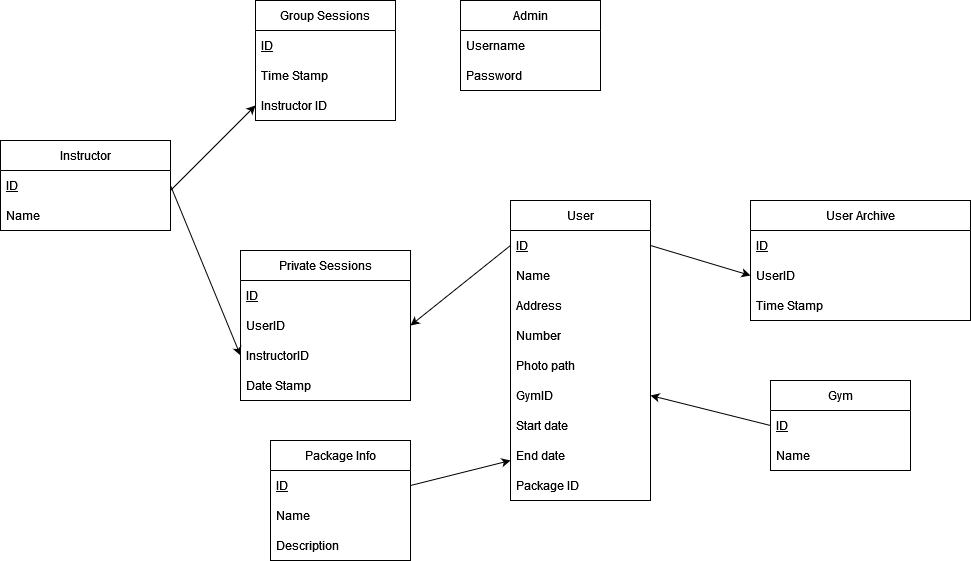
Before: Baza/baza.png, a diagram exported from draw.io (kimleta/PHP-Gym-Software). Source tidied: cells renumbered, new cells last; positions are measured from the earlier drawing's top-left corner, leaving out a move shared by most shapes. Source of this version:
```xml
<mxGraphModel>
  <root>
    <mxCell id="0" />
    <mxCell id="1" parent="0" />
    <mxCell id="2" value="User" style="swimlane;fontStyle=0;horizontal=1;startSize=30;" parent="1" vertex="1">
      <mxGeometry x="510" y="200" width="140" height="300" as="geometry" />
    </mxCell>
    <mxCell id="3" value="ID" style="text;strokeColor=none;fillColor=none;align=left;verticalAlign=middle;spacingLeft=4;spacingRight=4;overflow=hidden;points=[[0,0.5],[1,0.5]];portConstraint=eastwest;fontStyle=4;" parent="2" vertex="1">
      <mxGeometry y="30" width="140" height="30" as="geometry" />
    </mxCell>
    <mxCell id="4" value="Name" style="text;strokeColor=none;fillColor=none;align=left;verticalAlign=middle;spacingLeft=4;spacingRight=4;overflow=hidden;" parent="2" vertex="1">
      <mxGeometry y="60" width="140" height="30" as="geometry" />
    </mxCell>
    <mxCell id="5" value="Address" style="text;strokeColor=none;fillColor=none;align=left;verticalAlign=middle;spacingLeft=4;spacingRight=4;overflow=hidden;" parent="2" vertex="1">
      <mxGeometry y="90" width="140" height="30" as="geometry" />
    </mxCell>
    <mxCell id="6" value="Number" style="text;strokeColor=none;fillColor=none;align=left;verticalAlign=middle;spacingLeft=4;spacingRight=4;overflow=hidden;" parent="2" vertex="1">
      <mxGeometry y="120" width="140" height="30" as="geometry" />
    </mxCell>
    <mxCell id="7" value="Photo path" style="text;strokeColor=none;fillColor=none;align=left;verticalAlign=middle;spacingLeft=4;spacingRight=4;overflow=hidden;" parent="2" vertex="1">
      <mxGeometry y="150" width="140" height="30" as="geometry" />
    </mxCell>
    <mxCell id="8" value="GymID" style="text;strokeColor=none;fillColor=none;align=left;verticalAlign=middle;spacingLeft=4;spacingRight=4;overflow=hidden;points=[[0,0.5],[1,0.5]];portConstraint=eastwest;" parent="2" vertex="1">
      <mxGeometry y="180" width="140" height="30" as="geometry" />
    </mxCell>
    <mxCell id="9" value="Start date" style="text;strokeColor=none;fillColor=none;align=left;verticalAlign=middle;spacingLeft=4;spacingRight=4;overflow=hidden;" parent="2" vertex="1">
      <mxGeometry y="210" width="140" height="30" as="geometry" />
    </mxCell>
    <mxCell id="10" value="End date" style="text;strokeColor=none;fillColor=none;align=left;verticalAlign=middle;spacingLeft=4;spacingRight=4;overflow=hidden;" parent="2" vertex="1">
      <mxGeometry y="240" width="140" height="30" as="geometry" />
    </mxCell>
    <mxCell id="11" value="Package ID" style="text;strokeColor=none;fillColor=none;align=left;verticalAlign=middle;spacingLeft=4;spacingRight=4;overflow=hidden;" parent="2" vertex="1">
      <mxGeometry y="270" width="140" height="30" as="geometry" />
    </mxCell>
    <mxCell id="12" value="Gym" style="swimlane;fontStyle=0;horizontal=1;startSize=30;" parent="1" vertex="1">
      <mxGeometry x="770" y="380" width="140" height="90" as="geometry" />
    </mxCell>
    <mxCell id="13" value="ID" style="text;strokeColor=none;fillColor=none;align=left;verticalAlign=middle;spacingLeft=4;spacingRight=4;overflow=hidden;points=[[0,0.5],[1,0.5]];portConstraint=eastwest;fontStyle=4;" parent="12" vertex="1">
      <mxGeometry y="30" width="140" height="30" as="geometry" />
    </mxCell>
    <mxCell id="14" value="Name" style="text;strokeColor=none;fillColor=none;align=left;verticalAlign=middle;spacingLeft=4;spacingRight=4;overflow=hidden;" parent="12" vertex="1">
      <mxGeometry y="60" width="140" height="30" as="geometry" />
    </mxCell>
    <mxCell id="15" value="User Archive" style="swimlane;fontStyle=0;horizontal=1;startSize=30;" parent="1" vertex="1">
      <mxGeometry x="750" y="200" width="220" height="120" as="geometry" />
    </mxCell>
    <mxCell id="16" value="ID" style="text;strokeColor=none;fillColor=none;align=left;verticalAlign=middle;spacingLeft=4;spacingRight=4;overflow=hidden;fontStyle=4;" parent="15" vertex="1">
      <mxGeometry y="30" width="220" height="30" as="geometry" />
    </mxCell>
    <mxCell id="17" value="UserID" style="text;strokeColor=none;fillColor=none;align=left;verticalAlign=middle;spacingLeft=4;spacingRight=4;overflow=hidden;points=[[0,0.5],[1,0.5]];portConstraint=eastwest;" parent="15" vertex="1">
      <mxGeometry y="60" width="220" height="30" as="geometry" />
    </mxCell>
    <mxCell id="18" value="Time Stamp" style="text;strokeColor=none;fillColor=none;align=left;verticalAlign=middle;spacingLeft=4;spacingRight=4;overflow=hidden;" parent="15" vertex="1">
      <mxGeometry y="90" width="220" height="30" as="geometry" />
    </mxCell>
    <mxCell id="19" style="endArrow=classic;html=1;rounded=0;exitX=1;exitY=0.5;exitDx=0;exitDy=0;entryX=0;entryY=0.5;entryDx=0;entryDy=0;" parent="1" edge="1" source="3" target="17">
      <mxGeometry relative="1" as="geometry" />
    </mxCell>
    <mxCell id="20" style="endArrow=classic;html=1;rounded=0;exitX=0;exitY=0.5;exitDx=0;exitDy=0;entryX=1;entryY=0.5;entryDx=0;entryDy=0;" parent="1" edge="1" source="13" target="8">
      <mxGeometry relative="1" as="geometry" />
    </mxCell>
    <mxCell id="21" value="Private Sessions" style="swimlane;fontStyle=0;horizontal=1;startSize=30;" parent="1" vertex="1">
      <mxGeometry x="240" y="250" width="170" height="150" as="geometry" />
    </mxCell>
    <mxCell id="22" value="ID" style="text;strokeColor=none;fillColor=none;align=left;verticalAlign=middle;spacingLeft=4;spacingRight=4;overflow=hidden;fontStyle=4;" parent="21" vertex="1">
      <mxGeometry y="30" width="170" height="30" as="geometry" />
    </mxCell>
    <mxCell id="23" value="UserID" style="text;strokeColor=none;fillColor=none;align=left;verticalAlign=middle;spacingLeft=4;spacingRight=4;overflow=hidden;points=[[0,0.5],[1,0.5]];portConstraint=eastwest;" parent="21" vertex="1">
      <mxGeometry y="60" width="170" height="30" as="geometry" />
    </mxCell>
    <mxCell id="24" value="InstructorID" style="text;strokeColor=none;fillColor=none;align=left;verticalAlign=middle;spacingLeft=4;spacingRight=4;overflow=hidden;points=[[0,0.5],[1,0.5]];portConstraint=eastwest;" parent="21" vertex="1">
      <mxGeometry y="90" width="170" height="30" as="geometry" />
    </mxCell>
    <mxCell id="25" value="Date Stamp" style="text;strokeColor=none;fillColor=none;align=left;verticalAlign=middle;spacingLeft=4;spacingRight=4;overflow=hidden;" parent="21" vertex="1">
      <mxGeometry y="120" width="170" height="30" as="geometry" />
    </mxCell>
    <mxCell id="26" style="endArrow=classic;html=1;rounded=0;exitX=0;exitY=0.5;exitDx=0;exitDy=0;entryX=1;entryY=0.5;entryDx=0;entryDy=0;" parent="1" edge="1" source="3" target="23">
      <mxGeometry relative="1" as="geometry" />
    </mxCell>
    <mxCell id="27" value="Instructor" style="swimlane;fontStyle=0;horizontal=1;startSize=30;" parent="1" vertex="1">
      <mxGeometry y="140" width="170" height="90" as="geometry" />
    </mxCell>
    <mxCell id="28" value="ID" style="text;strokeColor=none;fillColor=none;align=left;verticalAlign=middle;spacingLeft=4;spacingRight=4;overflow=hidden;points=[[0,0.5],[1,0.5]];portConstraint=eastwest;fontStyle=4;" parent="27" vertex="1">
      <mxGeometry y="30" width="170" height="30" as="geometry" />
    </mxCell>
    <mxCell id="29" value="Name" style="text;strokeColor=none;fillColor=none;align=left;verticalAlign=middle;spacingLeft=4;spacingRight=4;overflow=hidden;" parent="27" vertex="1">
      <mxGeometry y="60" width="170" height="30" as="geometry" />
    </mxCell>
    <mxCell id="30" style="endArrow=classic;html=1;rounded=0;exitX=1;exitY=0.5;exitDx=0;exitDy=0;entryX=0;entryY=0.5;entryDx=0;entryDy=0;" parent="1" edge="1" source="28" target="24">
      <mxGeometry relative="1" as="geometry" />
    </mxCell>
    <mxCell id="31" value="Group Sessions" style="swimlane;fontStyle=0;horizontal=1;startSize=30;" parent="1" vertex="1">
      <mxGeometry x="255" width="140" height="120" as="geometry" />
    </mxCell>
    <mxCell id="32" value="ID" style="text;strokeColor=none;fillColor=none;align=left;verticalAlign=middle;spacingLeft=4;spacingRight=4;overflow=hidden;fontStyle=4;" parent="31" vertex="1">
      <mxGeometry y="30" width="140" height="30" as="geometry" />
    </mxCell>
    <mxCell id="33" value="Time Stamp" style="text;strokeColor=none;fillColor=none;align=left;verticalAlign=middle;spacingLeft=4;spacingRight=4;overflow=hidden;" parent="31" vertex="1">
      <mxGeometry y="60" width="140" height="30" as="geometry" />
    </mxCell>
    <mxCell id="34" value="Instructor ID" style="text;strokeColor=none;fillColor=none;align=left;verticalAlign=middle;spacingLeft=4;spacingRight=4;overflow=hidden;points=[[0,0.5],[1,0.5]];portConstraint=eastwest;" parent="31" vertex="1">
      <mxGeometry y="90" width="140" height="30" as="geometry" />
    </mxCell>
    <mxCell id="35" style="endArrow=classic;html=1;rounded=0;entryX=0;entryY=0.5;entryDx=0;entryDy=0;" parent="1" edge="1" target="34">
      <mxGeometry relative="1" as="geometry">
        <mxPoint x="170" y="190" as="sourcePoint" />
      </mxGeometry>
    </mxCell>
    <mxCell id="36" value="Admin" style="swimlane;fontStyle=0;horizontal=1;startSize=30;" parent="1" vertex="1">
      <mxGeometry x="460" width="140" height="90" as="geometry" />
    </mxCell>
    <mxCell id="37" value="Username" style="text;strokeColor=none;fillColor=none;align=left;verticalAlign=middle;spacingLeft=4;spacingRight=4;overflow=hidden;" parent="36" vertex="1">
      <mxGeometry y="30" width="140" height="30" as="geometry" />
    </mxCell>
    <mxCell id="38" value="Password" style="text;strokeColor=none;fillColor=none;align=left;verticalAlign=middle;spacingLeft=4;spacingRight=4;overflow=hidden;" parent="36" vertex="1">
      <mxGeometry y="60" width="140" height="30" as="geometry" />
    </mxCell>
    <mxCell id="39" value="Package Info" style="swimlane;fontStyle=0;horizontal=1;startSize=30;" parent="1" vertex="1">
      <mxGeometry x="270" y="440" width="140" height="120" as="geometry" />
    </mxCell>
    <mxCell id="40" value="ID" style="text;strokeColor=none;fillColor=none;align=left;verticalAlign=middle;spacingLeft=4;spacingRight=4;overflow=hidden;points=[[0,0.5],[1,0.5]];portConstraint=eastwest;fontStyle=4;" parent="39" vertex="1">
      <mxGeometry y="30" width="140" height="30" as="geometry" />
    </mxCell>
    <mxCell id="41" value="Name" style="text;strokeColor=none;fillColor=none;align=left;verticalAlign=middle;spacingLeft=4;spacingRight=4;overflow=hidden;" parent="39" vertex="1">
      <mxGeometry y="60" width="140" height="30" as="geometry" />
    </mxCell>
    <mxCell id="42" value="Description" style="text;strokeColor=none;fillColor=none;align=left;verticalAlign=middle;spacingLeft=4;spacingRight=4;overflow=hidden;" parent="39" vertex="1">
      <mxGeometry y="90" width="140" height="30" as="geometry" />
    </mxCell>
    <mxCell id="43" style="endArrow=classic;html=1;rounded=0;exitX=1;exitY=0.5;exitDx=0;exitDy=0;" parent="1" edge="1" source="40">
      <mxGeometry relative="1" as="geometry">
        <mxPoint x="510" y="460" as="targetPoint" />
      </mxGeometry>
    </mxCell>
  </root>
</mxGraphModel>
```
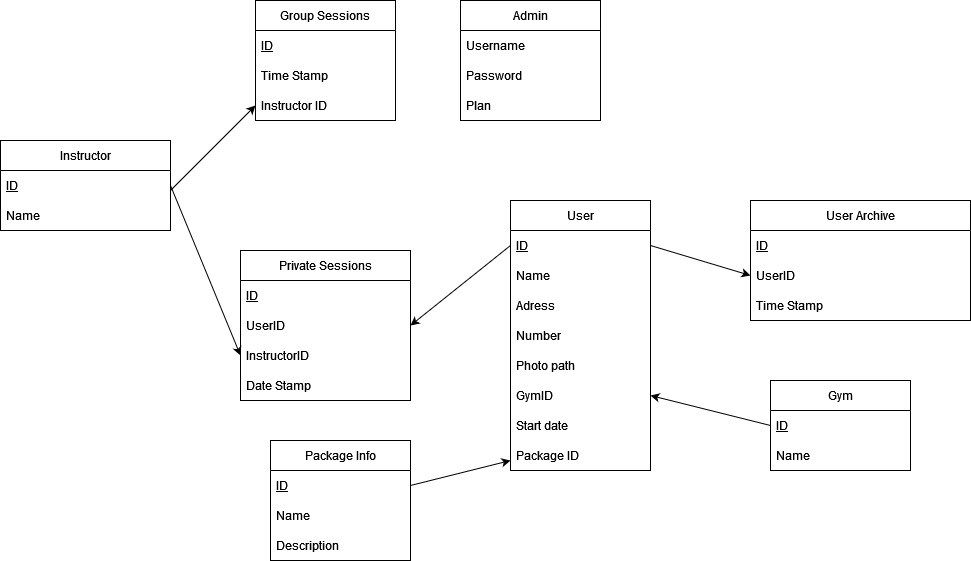
Later version of the same file.

Commit message:
New Database Schema and minor fixes

Change to the diagram source:
```diff
@@ -3,7 +3,7 @@
     <mxCell id="0" />
     <mxCell id="1" parent="0" />
     <mxCell id="2" value="User" style="swimlane;fontStyle=0;horizontal=1;startSize=30;" parent="1" vertex="1">
-      <mxGeometry x="510" y="200" width="140" height="300" as="geometry" />
+      <mxGeometry x="510" y="200" width="140" height="270" as="geometry" />
     </mxCell>
     <mxCell id="3" value="ID" style="text;strokeColor=none;fillColor=none;align=left;verticalAlign=middle;spacingLeft=4;spacingRight=4;overflow=hidden;points=[[0,0.5],[1,0.5]];portConstraint=eastwest;fontStyle=4;" parent="2" vertex="1">
       <mxGeometry y="30" width="140" height="30" as="geometry" />
@@ -11,7 +11,7 @@
     <mxCell id="4" value="Name" style="text;strokeColor=none;fillColor=none;align=left;verticalAlign=middle;spacingLeft=4;spacingRight=4;overflow=hidden;" parent="2" vertex="1">
       <mxGeometry y="60" width="140" height="30" as="geometry" />
     </mxCell>
-    <mxCell id="5" value="Address" style="text;strokeColor=none;fillColor=none;align=left;verticalAlign=middle;spacingLeft=4;spacingRight=4;overflow=hidden;" parent="2" vertex="1">
+    <mxCell id="5" value="Adress" style="text;strokeColor=none;fillColor=none;align=left;verticalAlign=middle;spacingLeft=4;spacingRight=4;overflow=hidden;" parent="2" vertex="1">
       <mxGeometry y="90" width="140" height="30" as="geometry" />
     </mxCell>
     <mxCell id="6" value="Number" style="text;strokeColor=none;fillColor=none;align=left;verticalAlign=middle;spacingLeft=4;spacingRight=4;overflow=hidden;" parent="2" vertex="1">
@@ -26,11 +26,8 @@
     <mxCell id="9" value="Start date" style="text;strokeColor=none;fillColor=none;align=left;verticalAlign=middle;spacingLeft=4;spacingRight=4;overflow=hidden;" parent="2" vertex="1">
       <mxGeometry y="210" width="140" height="30" as="geometry" />
     </mxCell>
-    <mxCell id="10" value="End date" style="text;strokeColor=none;fillColor=none;align=left;verticalAlign=middle;spacingLeft=4;spacingRight=4;overflow=hidden;" parent="2" vertex="1">
-      <mxGeometry y="240" width="140" height="30" as="geometry" />
-    </mxCell>
     <mxCell id="11" value="Package ID" style="text;strokeColor=none;fillColor=none;align=left;verticalAlign=middle;spacingLeft=4;spacingRight=4;overflow=hidden;" parent="2" vertex="1">
-      <mxGeometry y="270" width="140" height="30" as="geometry" />
+      <mxGeometry y="240" width="140" height="30" as="geometry" />
     </mxCell>
     <mxCell id="12" value="Gym" style="swimlane;fontStyle=0;horizontal=1;startSize=30;" parent="1" vertex="1">
       <mxGeometry x="770" y="380" width="140" height="90" as="geometry" />
@@ -107,7 +104,7 @@
       </mxGeometry>
     </mxCell>
     <mxCell id="36" value="Admin" style="swimlane;fontStyle=0;horizontal=1;startSize=30;" parent="1" vertex="1">
-      <mxGeometry x="460" width="140" height="90" as="geometry" />
+      <mxGeometry x="460" width="140" height="120" as="geometry" />
     </mxCell>
     <mxCell id="37" value="Username" style="text;strokeColor=none;fillColor=none;align=left;verticalAlign=middle;spacingLeft=4;spacingRight=4;overflow=hidden;" parent="36" vertex="1">
       <mxGeometry y="30" width="140" height="30" as="geometry" />
@@ -115,6 +112,9 @@
     <mxCell id="38" value="Password" style="text;strokeColor=none;fillColor=none;align=left;verticalAlign=middle;spacingLeft=4;spacingRight=4;overflow=hidden;" parent="36" vertex="1">
       <mxGeometry y="60" width="140" height="30" as="geometry" />
     </mxCell>
+    <mxCell id="44" value="Plan" style="text;strokeColor=none;fillColor=none;align=left;verticalAlign=middle;spacingLeft=4;spacingRight=4;overflow=hidden;" parent="36" vertex="1">
+      <mxGeometry y="90" width="140" height="30" as="geometry" />
+    </mxCell>
     <mxCell id="39" value="Package Info" style="swimlane;fontStyle=0;horizontal=1;startSize=30;" parent="1" vertex="1">
       <mxGeometry x="270" y="440" width="140" height="120" as="geometry" />
     </mxCell>
```
